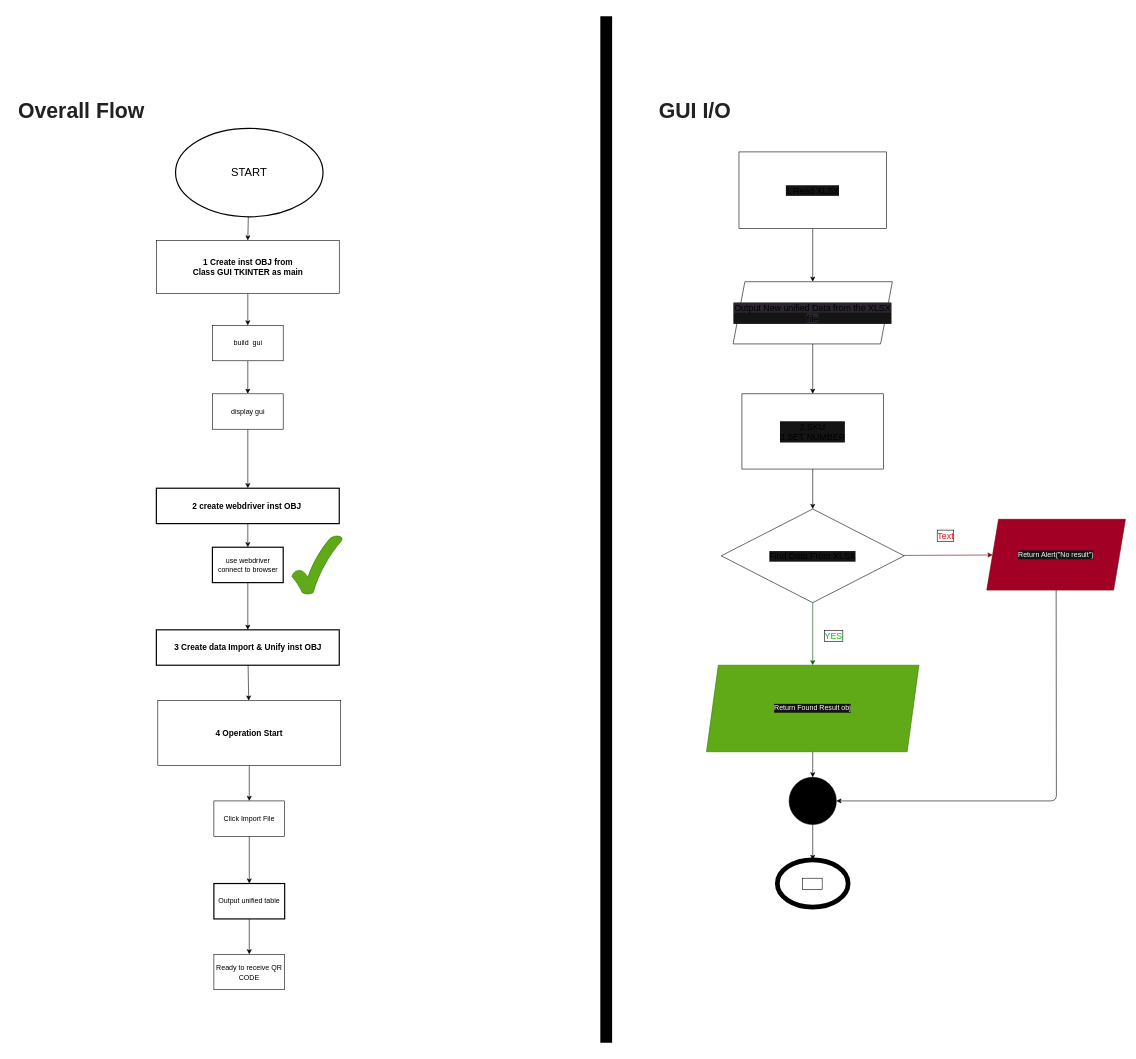
The draw.io diagram projects/auto_sn/flowchart.drawio in iHaveNoKnowledge/Python, before the edit. Source tidied: cells renumbered, new cells numbered last; positions are measured from the earlier drawing's top-left corner, leaving out a move shared by most shapes. Both pictures are drawn from the tidied source at 59%, with x=0, y=0 at pixel (10, 16).
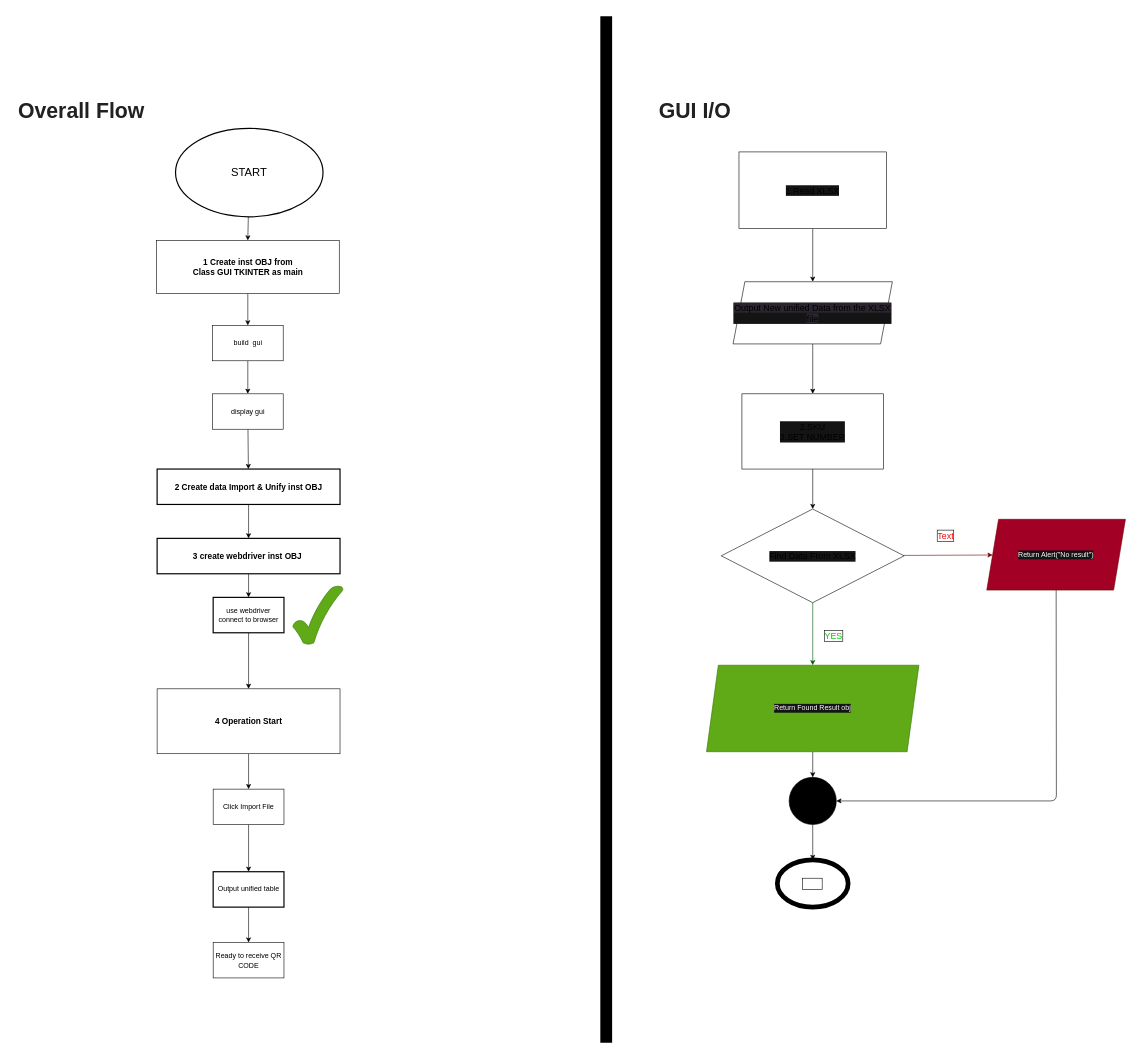
The same diagram, later.

Commit message (it also covers changes not shown here):
building demo import file object

Unchanged cells that the change refers to:
```xml
<mxCell id="9" value="display gui" style="whiteSpace=wrap;html=1;rounded=0;" parent="1" vertex="1">
  <mxGeometry x="342.5" y="640" width="120" height="60" as="geometry" />
</mxCell>
```

The edit, as a diff of the source:
```diff
@@
-    <mxCell id="8" style="edgeStyle=none;html=1;strokeColor=#000000;" parent="1" edge="1" source="9" target="13">
-      <mxGeometry relative="1" as="geometry" />
-    </mxCell>
+    <mxCell id="45" style="edgeStyle=none;html=1;strokeColor=#000000;" parent="1" edge="1" source="9" target="17">
+      <mxGeometry relative="1" as="geometry" />
+    </mxCell>
@@
     <mxCell id="11" value="&lt;font style=&quot;font-size: 14px;&quot;&gt;&lt;b&gt;4 Operation Start&lt;/b&gt;&lt;/font&gt;" style="whiteSpace=wrap;html=1;rounded=0;" parent="1" vertex="1">
-      <mxGeometry x="250" y="1160" width="310" height="110" as="geometry" />
+      <mxGeometry x="248.8" y="1140" width="310" height="110" as="geometry" />
     </mxCell>
@@
-    <mxCell id="13" value="&lt;font style=&quot;font-size: 14px;&quot;&gt;&lt;b&gt;2 create webdriver inst OBJ&amp;nbsp;&lt;/b&gt;&lt;/font&gt;" style="whiteSpace=wrap;html=1;strokeWidth=2;" parent="1" vertex="1">
-      <mxGeometry x="247.5" y="800" width="310" height="60" as="geometry" />
+    <mxCell id="13" value="&lt;font style=&quot;font-size: 14px;&quot;&gt;&lt;b&gt;3 create webdriver inst OBJ&amp;nbsp;&lt;/b&gt;&lt;/font&gt;" style="whiteSpace=wrap;html=1;strokeWidth=2;" parent="1" vertex="1">
+      <mxGeometry x="248.8" y="885" width="310" height="60" as="geometry" />
     </mxCell>
-    <mxCell id="14" style="edgeStyle=none;html=1;strokeColor=#000000;fontSize=14;" parent="1" edge="1" source="15" target="17">
-      <mxGeometry relative="1" as="geometry" />
-    </mxCell>
+    <mxCell id="46" style="edgeStyle=none;html=1;strokeColor=#000000;" parent="1" edge="1" source="15" target="11">
+      <mxGeometry relative="1" as="geometry" />
+    </mxCell>
     <mxCell id="15" value="use webdriver connect to browser" style="whiteSpace=wrap;html=1;strokeWidth=2;" parent="1" vertex="1">
-      <mxGeometry x="342.5" y="900" width="120" height="60" as="geometry" />
+      <mxGeometry x="343.8" y="985" width="120" height="60" as="geometry" />
     </mxCell>
-    <mxCell id="16" style="edgeStyle=none;html=1;strokeColor=#000000;" parent="1" edge="1" source="17" target="11">
-      <mxGeometry relative="1" as="geometry" />
-    </mxCell>
+    <mxCell id="47" style="edgeStyle=none;html=1;strokeColor=#000000;" parent="1" edge="1" source="17" target="13">
+      <mxGeometry relative="1" as="geometry" />
+    </mxCell>
-    <mxCell id="17" value="&lt;font style=&quot;font-size: 14px;&quot;&gt;&lt;b&gt;3 Create data Import &amp;amp; Unify inst OBJ&lt;/b&gt;&lt;/font&gt;" style="whiteSpace=wrap;html=1;strokeWidth=2;" parent="1" vertex="1">
-      <mxGeometry x="247.5" y="1040" width="310" height="60" as="geometry" />
+    <mxCell id="17" value="&lt;font style=&quot;font-size: 14px;&quot;&gt;&lt;b&gt;2 Create data Import &amp;amp; Unify inst OBJ&lt;/b&gt;&lt;/font&gt;" style="whiteSpace=wrap;html=1;strokeWidth=2;" parent="1" vertex="1">
+      <mxGeometry x="248.8" y="767.5" width="310" height="60" as="geometry" />
     </mxCell>
@@
     <mxCell id="19" value="Output unified table" style="whiteSpace=wrap;html=1;strokeWidth=2;" parent="1" vertex="1">
-      <mxGeometry x="345" y="1470" width="120" height="60" as="geometry" />
+      <mxGeometry x="343.8" y="1450" width="120" height="60" as="geometry" />
     </mxCell>
@@
     <mxCell id="21" value="Click Import File" style="whiteSpace=wrap;html=1;rounded=0;" parent="1" vertex="1">
-      <mxGeometry x="345" y="1330" width="120" height="60" as="geometry" />
+      <mxGeometry x="343.8" y="1310" width="120" height="60" as="geometry" />
     </mxCell>
     <mxCell id="22" value="&lt;font style=&quot;font-size: 12px;&quot;&gt;Ready to receive QR CODE&lt;/font&gt;" style="rounded=0;whiteSpace=wrap;html=1;fontSize=14;" parent="1" vertex="1">
-      <mxGeometry x="345" y="1590" width="120" height="60" as="geometry" />
+      <mxGeometry x="343.8" y="1570" width="120" height="60" as="geometry" />
     </mxCell>
@@
     <mxCell id="26" style="verticalLabelPosition=bottom;verticalAlign=top;html=1;shape=mxgraph.basic.tick;strokeColor=#2D7600;fontSize=36;fontColor=#ffffff;fillColor=#60a917;" parent="1" vertex="1">
-      <mxGeometry x="477.5" y="880" width="85" height="100" as="geometry" />
+      <mxGeometry x="478.8" y="965" width="85" height="100" as="geometry" />
     </mxCell>
```
